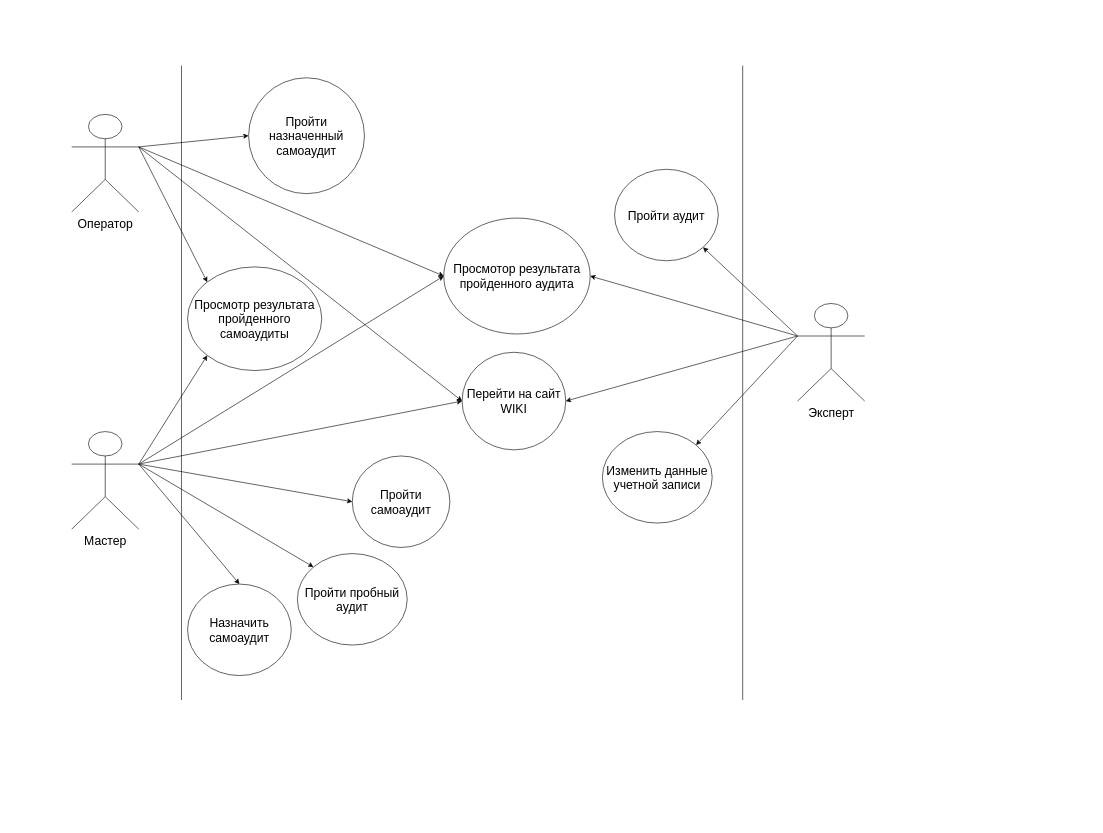
Above: page "USE_CASE" (1 of 13) of Диплом.drawio in Vlad-Efremovv/kursach (draw.io), before the change. Source tidied: cells renumbered, new cells numbered last; positions are measured from the earlier drawing's top-left corner, leaving out a move shared by most shapes. Both pictures are drawn from the tidied source at 61%, with x=0, y=0 at pixel (71, 65).
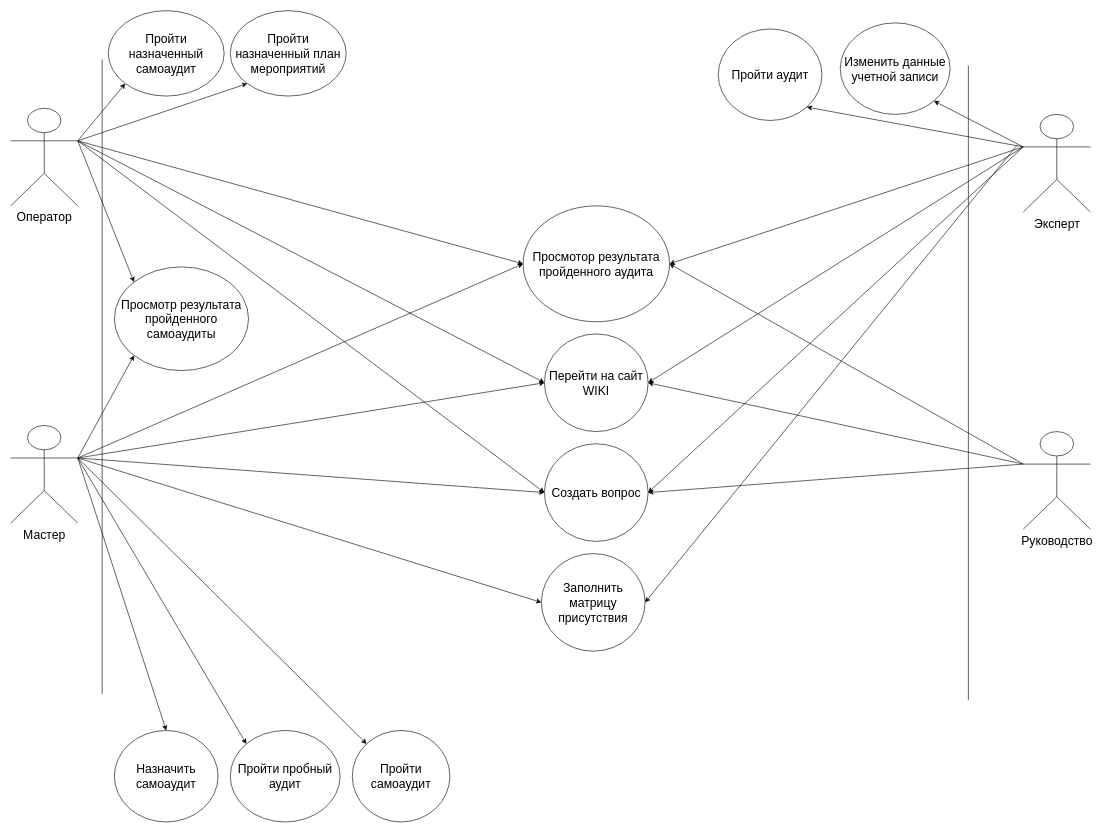
Above is the later version.

Diff of the diagram source:
```diff
@@
     <mxCell id="2" style="endArrow=none;html=1;rounded=0;" parent="1" edge="1">
       <mxGeometry relative="1" as="geometry">
-        <mxPoint x="180" y="1040" as="sourcePoint" />
-        <mxPoint x="180" as="targetPoint" />
+        <mxPoint x="50" y="1030" as="sourcePoint" />
+        <mxPoint x="50" y="-10" as="targetPoint" />
       </mxGeometry>
     </mxCell>
     <mxCell id="3" value="&lt;font style=&quot;font-size: 20px;&quot;&gt;Оператор&lt;/font&gt;" style="shape=umlActor;verticalLabelPosition=bottom;verticalAlign=top;html=1;outlineConnect=0;" parent="1" vertex="1">
-      <mxGeometry y="80" width="110" height="160" as="geometry" />
+      <mxGeometry x="-100" y="70" width="110" height="160" as="geometry" />
     </mxCell>
     <mxCell id="4" value="&lt;font style=&quot;font-size: 20px;&quot;&gt;Мастер&lt;/font&gt;&lt;div&gt;&lt;font style=&quot;font-size: 20px;&quot;&gt;&lt;br&gt;&lt;/font&gt;&lt;/div&gt;" style="shape=umlActor;verticalLabelPosition=bottom;verticalAlign=top;html=1;outlineConnect=0;" parent="1" vertex="1">
-      <mxGeometry y="600" width="110" height="160" as="geometry" />
+      <mxGeometry x="-100" y="590" width="110" height="160" as="geometry" />
     </mxCell>
     <mxCell id="5" value="&lt;font style=&quot;font-size: 20px;&quot;&gt;Эксперт&lt;/font&gt;" style="shape=umlActor;verticalLabelPosition=bottom;verticalAlign=top;html=1;outlineConnect=0;" parent="1" vertex="1">
-      <mxGeometry x="1190" y="390" width="110" height="160" as="geometry" />
+      <mxGeometry x="1560" y="80" width="110" height="160" as="geometry" />
     </mxCell>
     <mxCell id="6" value="Пройти назначенный самоаудит" style="ellipse;whiteSpace=wrap;html=1;fontSize=20;" parent="1" vertex="1">
-      <mxGeometry x="290" y="20" width="190" height="190" as="geometry" />
+      <mxGeometry x="60" y="-90" width="190" height="140" as="geometry" />
     </mxCell>
     <mxCell id="7" value="Просмотр результата пройденного самоаудиты" style="ellipse;whiteSpace=wrap;html=1;fontSize=20;" parent="1" vertex="1">
-      <mxGeometry x="190" y="330" width="220" height="170" as="geometry" />
+      <mxGeometry x="70" y="330" width="220" height="170" as="geometry" />
     </mxCell>
-    <mxCell id="8" style="endArrow=classic;html=1;rounded=0;entryX=0;entryY=0.5;entryDx=0;entryDy=0;exitX=1;exitY=0.3333333333333333;exitDx=0;exitDy=0;exitPerimeter=0;" parent="1" edge="1" source="3" target="6">
+    <mxCell id="8" style="endArrow=classic;html=1;rounded=0;entryX=0;entryY=1;entryDx=0;entryDy=0;exitX=1;exitY=0.3333333333333333;exitDx=0;exitDy=0;exitPerimeter=0;" parent="1" edge="1" source="3" target="6">
       <mxGeometry relative="1" as="geometry" />
     </mxCell>
@@
     <mxCell id="11" value="Просмотор результата пройденного аудита" style="ellipse;whiteSpace=wrap;html=1;fontSize=20;" parent="1" vertex="1">
-      <mxGeometry x="610" y="250" width="240" height="190" as="geometry" />
+      <mxGeometry x="740" y="230" width="240" height="190" as="geometry" />
     </mxCell>
@@
     <mxCell id="15" value="Пройти пробный аудит" style="ellipse;whiteSpace=wrap;html=1;fontSize=20;" parent="1" vertex="1">
-      <mxGeometry x="370" y="800" width="180" height="150" as="geometry" />
+      <mxGeometry x="260" y="1090" width="180" height="150" as="geometry" />
     </mxCell>
@@
     <mxCell id="17" value="Пройти самоаудит" style="ellipse;whiteSpace=wrap;html=1;fontSize=20;" parent="1" vertex="1">
-      <mxGeometry x="460" y="640" width="160" height="150" as="geometry" />
+      <mxGeometry x="460" y="1090" width="160" height="150" as="geometry" />
     </mxCell>
-    <mxCell id="18" style="endArrow=classic;html=1;rounded=0;entryX=0;entryY=0.5;entryDx=0;entryDy=0;exitX=1;exitY=0.3333333333333333;exitDx=0;exitDy=0;exitPerimeter=0;" parent="1" edge="1" source="4" target="17">
+    <mxCell id="18" style="endArrow=classic;html=1;rounded=0;entryX=0;entryY=0;entryDx=0;entryDy=0;exitX=1;exitY=0.3333333333333333;exitDx=0;exitDy=0;exitPerimeter=0;" parent="1" edge="1" source="4" target="17">
       <mxGeometry relative="1" as="geometry" />
     </mxCell>
     <mxCell id="19" value="Назначить самоаудит" style="ellipse;whiteSpace=wrap;html=1;fontSize=20;" parent="1" vertex="1">
-      <mxGeometry x="190" y="850" width="170" height="150" as="geometry" />
+      <mxGeometry x="70" y="1090" width="170" height="150" as="geometry" />
     </mxCell>
@@
     <mxCell id="21" value="Изменить данные учетной записи" style="ellipse;whiteSpace=wrap;html=1;fontSize=20;" parent="1" vertex="1">
-      <mxGeometry x="870" y="600" width="180" height="150" as="geometry" />
+      <mxGeometry x="1260" y="-70" width="180" height="150" as="geometry" />
     </mxCell>
-    <mxCell id="22" style="endArrow=classic;html=1;rounded=0;entryX=1;entryY=0;entryDx=0;entryDy=0;exitX=0;exitY=0.3333333333333333;exitDx=0;exitDy=0;exitPerimeter=0;" parent="1" edge="1" source="5" target="21">
+    <mxCell id="22" style="endArrow=classic;html=1;rounded=0;entryX=1;entryY=1;entryDx=0;entryDy=0;exitX=0;exitY=0.3333333333333333;exitDx=0;exitDy=0;exitPerimeter=0;" parent="1" edge="1" source="5" target="21">
       <mxGeometry relative="1" as="geometry" />
     </mxCell>
     <mxCell id="23" value="Пройти аудит" style="ellipse;whiteSpace=wrap;html=1;fontSize=20;" parent="1" vertex="1">
-      <mxGeometry x="890" y="170" width="170" height="150" as="geometry" />
+      <mxGeometry x="1060" y="-60" width="170" height="150" as="geometry" />
     </mxCell>
@@
     <mxCell id="25" style="endArrow=none;html=1;rounded=0;" parent="1" edge="1">
       <mxGeometry relative="1" as="geometry">
-        <mxPoint x="1100" y="1040" as="sourcePoint" />
-        <mxPoint x="1100" as="targetPoint" />
+        <mxPoint x="1470" y="1040" as="sourcePoint" />
+        <mxPoint x="1470" as="targetPoint" />
       </mxGeometry>
     </mxCell>
     <mxCell id="26" value="Перейти на сайт WIKI" style="ellipse;whiteSpace=wrap;html=1;fontSize=20;" parent="1" vertex="1">
-      <mxGeometry x="640" y="470" width="170" height="160" as="geometry" />
+      <mxGeometry x="775" y="440" width="170" height="160" as="geometry" />
     </mxCell>
@@
+    <mxCell id="30" value="&lt;span style=&quot;font-size: 20px;&quot;&gt;Руководство&lt;/span&gt;" style="shape=umlActor;verticalLabelPosition=bottom;verticalAlign=top;html=1;outlineConnect=0;" parent="1" vertex="1">
+      <mxGeometry x="1560" y="600" width="110" height="160" as="geometry" />
+    </mxCell>
+    <mxCell id="31" style="endArrow=classic;html=1;rounded=0;entryX=1;entryY=0.5;entryDx=0;entryDy=0;exitX=0;exitY=0.3333333333333333;exitDx=0;exitDy=0;exitPerimeter=0;" parent="1" edge="1" source="30" target="26">
+      <mxGeometry relative="1" as="geometry" />
+    </mxCell>
+    <mxCell id="32" style="endArrow=classic;html=1;rounded=0;entryX=1;entryY=0.5;entryDx=0;entryDy=0;exitX=0;exitY=0.3333333333333333;exitDx=0;exitDy=0;exitPerimeter=0;" parent="1" edge="1" source="30" target="11">
+      <mxGeometry relative="1" as="geometry" />
+    </mxCell>
+    <mxCell id="33" value="Создать вопрос" style="ellipse;whiteSpace=wrap;html=1;fontSize=20;" parent="1" vertex="1">
+      <mxGeometry x="775" y="620" width="170" height="160" as="geometry" />
+    </mxCell>
+    <mxCell id="34" style="endArrow=classic;html=1;rounded=0;entryX=0;entryY=0.5;entryDx=0;entryDy=0;exitX=1;exitY=0.3333333333333333;exitDx=0;exitDy=0;exitPerimeter=0;" parent="1" edge="1" source="4" target="33">
+      <mxGeometry relative="1" as="geometry" />
+    </mxCell>
+    <mxCell id="35" style="endArrow=classic;html=1;rounded=0;entryX=0;entryY=0.5;entryDx=0;entryDy=0;exitX=1;exitY=0.3333333333333333;exitDx=0;exitDy=0;exitPerimeter=0;" parent="1" edge="1" source="3" target="33">
+      <mxGeometry relative="1" as="geometry" />
+    </mxCell>
+    <mxCell id="36" style="endArrow=classic;html=1;rounded=0;entryX=1;entryY=0.5;entryDx=0;entryDy=0;exitX=0;exitY=0.3333333333333333;exitDx=0;exitDy=0;exitPerimeter=0;" parent="1" edge="1" source="5" target="33">
+      <mxGeometry relative="1" as="geometry" />
+    </mxCell>
+    <mxCell id="37" style="endArrow=classic;html=1;rounded=0;entryX=1;entryY=0.5;entryDx=0;entryDy=0;exitX=0;exitY=0.3333333333333333;exitDx=0;exitDy=0;exitPerimeter=0;" parent="1" edge="1" source="30" target="33">
+      <mxGeometry relative="1" as="geometry" />
+    </mxCell>
+    <mxCell id="38" value="Заполнить матрицу присутствия" style="ellipse;whiteSpace=wrap;html=1;fontSize=20;" parent="1" vertex="1">
+      <mxGeometry x="770" y="800" width="170" height="160" as="geometry" />
+    </mxCell>
+    <mxCell id="39" style="endArrow=classic;html=1;rounded=0;entryX=0;entryY=0.5;entryDx=0;entryDy=0;exitX=1;exitY=0.3333333333333333;exitDx=0;exitDy=0;exitPerimeter=0;" parent="1" edge="1" source="4" target="38">
+      <mxGeometry relative="1" as="geometry" />
+    </mxCell>
+    <mxCell id="40" style="endArrow=classic;html=1;rounded=0;entryX=1;entryY=0.5;entryDx=0;entryDy=0;" parent="1" edge="1" target="38">
+      <mxGeometry relative="1" as="geometry">
+        <mxPoint x="1550" y="130" as="sourcePoint" />
+      </mxGeometry>
+    </mxCell>
+    <mxCell id="41" value="Пройти назначенный план мероприятий" style="ellipse;whiteSpace=wrap;html=1;fontSize=20;" parent="1" vertex="1">
+      <mxGeometry x="260" y="-90" width="190" height="140" as="geometry" />
+    </mxCell>
+    <mxCell id="42" style="endArrow=classic;html=1;rounded=0;entryX=0;entryY=1;entryDx=0;entryDy=0;exitX=1;exitY=0.3333333333333333;exitDx=0;exitDy=0;exitPerimeter=0;" parent="1" edge="1" source="3" target="41">
+      <mxGeometry relative="1" as="geometry" />
+    </mxCell>
```
